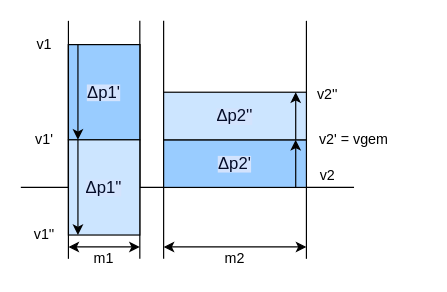
The draw.io diagram Semesterprojekt/Impuls.drawio in Ilimea/physik, before the edit. Source tidied: cells renumbered, new cells numbered last; positions are measured from the earlier drawing's top-left corner, leaving out a move shared by most shapes. Both pictures are drawn from the tidied source at 119%, with x=0, y=0 at pixel (20, 20).
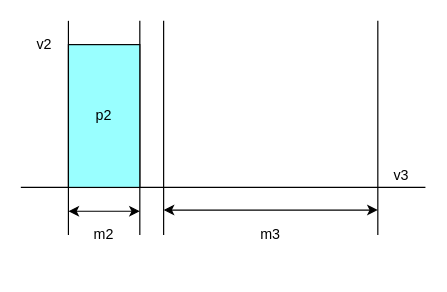
The same page after the edit.

Change to the diagram source:
```diff
@@
     <mxCell id="2" style="endArrow=none;html=1;" parent="1" edge="1">
       <mxGeometry relative="1" as="geometry">
-        <mxPoint x="40" y="200" as="sourcePoint" />
+        <mxPoint x="40" y="180" as="sourcePoint" />
         <mxPoint x="40" as="targetPoint" />
       </mxGeometry>
     </mxCell>
     <mxCell id="3" style="endArrow=none;html=1;" parent="1" edge="1">
       <mxGeometry relative="1" as="geometry">
-        <mxPoint x="100" y="200" as="sourcePoint" />
+        <mxPoint x="100" y="180" as="sourcePoint" />
         <mxPoint x="100" as="targetPoint" />
       </mxGeometry>
     </mxCell>
     <mxCell id="4" style="endArrow=none;html=1;" parent="1" edge="1">
       <mxGeometry relative="1" as="geometry">
-        <mxPoint x="120" y="200" as="sourcePoint" />
+        <mxPoint x="120" y="180" as="sourcePoint" />
         <mxPoint x="120" as="targetPoint" />
       </mxGeometry>
     </mxCell>
     <mxCell id="5" style="endArrow=none;html=1;" parent="1" edge="1">
       <mxGeometry relative="1" as="geometry">
-        <mxPoint x="240" y="200" as="sourcePoint" />
-        <mxPoint x="240" as="targetPoint" />
+        <mxPoint x="300" y="180" as="sourcePoint" />
+        <mxPoint x="300" as="targetPoint" />
       </mxGeometry>
     </mxCell>
     <mxCell id="6" style="endArrow=none;html=1;" parent="1" edge="1">
       <mxGeometry relative="1" as="geometry">
         <mxPoint y="140" as="sourcePoint" />
-        <mxPoint x="280" y="140" as="targetPoint" />
+        <mxPoint x="340" y="140" as="targetPoint" />
       </mxGeometry>
     </mxCell>
     <mxCell id="7" style="endArrow=classic;startArrow=classic;html=1;" parent="1" edge="1">
       <mxGeometry relative="1" as="geometry">
-        <mxPoint x="40" y="190" as="sourcePoint" />
-        <mxPoint x="100" y="190" as="targetPoint" />
+        <mxPoint x="40" y="160" as="sourcePoint" />
+        <mxPoint x="100" y="160" as="targetPoint" />
       </mxGeometry>
     </mxCell>
     <mxCell id="8" style="endArrow=classic;startArrow=classic;html=1;" parent="1" edge="1">
       <mxGeometry relative="1" as="geometry">
-        <mxPoint x="120" y="190" as="sourcePoint" />
-        <mxPoint x="240" y="190" as="targetPoint" />
+        <mxPoint x="120" y="159" as="sourcePoint" />
+        <mxPoint x="300" y="159" as="targetPoint" />
       </mxGeometry>
     </mxCell>
-    <mxCell id="9" value="m1" style="text;html=1;strokeColor=none;fillColor=none;align=center;verticalAlign=middle;whiteSpace=wrap;rounded=0;" parent="1" vertex="1">
-      <mxGeometry x="50" y="190" width="40" height="20" as="geometry" />
+    <mxCell id="9" value="m2" style="text;html=1;strokeColor=none;fillColor=none;align=center;verticalAlign=middle;whiteSpace=wrap;rounded=0;" parent="1" vertex="1">
+      <mxGeometry x="50" y="170" width="40" height="20" as="geometry" />
     </mxCell>
-    <mxCell id="10" value="m2" style="text;html=1;strokeColor=none;fillColor=none;align=center;verticalAlign=middle;whiteSpace=wrap;rounded=0;" parent="1" vertex="1">
-      <mxGeometry x="160" y="190" width="40" height="20" as="geometry" />
+    <mxCell id="10" value="m3" style="text;html=1;strokeColor=none;fillColor=none;align=center;verticalAlign=middle;whiteSpace=wrap;rounded=0;" parent="1" vertex="1">
+      <mxGeometry x="190" y="170" width="40" height="20" as="geometry" />
     </mxCell>
-    <mxCell id="11" style="rounded=0;whiteSpace=wrap;html=1;fillColor=#99FFFF;" parent="1" vertex="1">
+    <mxCell id="11" value="p2" style="rounded=0;whiteSpace=wrap;html=1;fillColor=#99FFFF;" parent="1" vertex="1">
       <mxGeometry x="40" y="20" width="60" height="120" as="geometry" />
     </mxCell>
-    <mxCell id="12" value="v1" style="text;html=1;strokeColor=none;fillColor=none;align=center;verticalAlign=middle;whiteSpace=wrap;rounded=0;" parent="1" vertex="1">
+    <mxCell id="12" value="v2" style="text;html=1;strokeColor=none;fillColor=none;align=center;verticalAlign=middle;whiteSpace=wrap;rounded=0;" parent="1" vertex="1">
       <mxGeometry y="10" width="40" height="20" as="geometry" />
     </mxCell>
-    <mxCell id="13" value="v2" style="text;html=1;strokeColor=none;fillColor=none;align=center;verticalAlign=middle;whiteSpace=wrap;rounded=0;" parent="1" vertex="1">
-      <mxGeometry x="238" y="120" width="40" height="20" as="geometry" />
+    <mxCell id="13" value="v3" style="text;html=1;strokeColor=none;fillColor=none;align=center;verticalAlign=middle;whiteSpace=wrap;rounded=0;" parent="1" vertex="1">
+      <mxGeometry x="300" y="120" width="40" height="20" as="geometry" />
     </mxCell>
-    <mxCell id="14" value="&lt;p&gt;&lt;span style=&quot;background-color: rgb(211 , 227 , 253) ; color: rgb(4 , 12 , 40) ; text-align: left&quot;&gt;&lt;font style=&quot;font-size: 14px&quot;&gt;Δp1'&lt;/font&gt;&lt;/span&gt;&lt;/p&gt;" style="rounded=0;whiteSpace=wrap;html=1;fillColor=#99CCFF;" parent="1" vertex="1">
-      <mxGeometry x="40" y="20" width="60" height="80" as="geometry" />
-    </mxCell>
-    <mxCell id="15" value="&lt;p&gt;&lt;span style=&quot;background-color: rgb(211 , 227 , 253) ; color: rgb(4 , 12 , 40) ; text-align: left&quot;&gt;&lt;font style=&quot;font-size: 14px&quot;&gt;Δp2'&lt;/font&gt;&lt;/span&gt;&lt;/p&gt;" style="rounded=0;whiteSpace=wrap;html=1;fillColor=#99CCFF;" parent="1" vertex="1">
-      <mxGeometry x="120" y="100" width="120" height="40" as="geometry" />
-    </mxCell>
-    <mxCell id="16" value="v1'" style="text;html=1;strokeColor=none;fillColor=none;align=center;verticalAlign=middle;whiteSpace=wrap;rounded=0;" parent="1" vertex="1">
-      <mxGeometry y="90" width="40" height="20" as="geometry" />
-    </mxCell>
-    <mxCell id="17" value="v2' = vgem" style="text;html=1;strokeColor=none;fillColor=none;align=center;verticalAlign=middle;whiteSpace=wrap;rounded=0;" parent="1" vertex="1">
-      <mxGeometry x="240" y="90" width="80" height="20" as="geometry" />
-    </mxCell>
-    <mxCell id="18" style="endArrow=classic;html=1;exitX=0.25;exitY=0;exitDx=0;exitDy=0;entryX=0.25;entryY=1;entryDx=0;entryDy=0;" parent="1" edge="1">
-      <mxGeometry relative="1" as="geometry">
-        <mxPoint x="48" y="20" as="sourcePoint" />
-        <mxPoint x="48" y="100" as="targetPoint" />
-      </mxGeometry>
-    </mxCell>
-    <mxCell id="19" style="endArrow=classic;html=1;exitX=0.75;exitY=1;exitDx=0;exitDy=0;entryX=0.75;entryY=0;entryDx=0;entryDy=0;" parent="1" edge="1">
-      <mxGeometry relative="1" as="geometry">
-        <mxPoint x="231" y="140" as="sourcePoint" />
-        <mxPoint x="231" y="100" as="targetPoint" />
-      </mxGeometry>
-    </mxCell>
-    <mxCell id="20" value="&lt;p&gt;&lt;span style=&quot;background-color: rgb(211 , 227 , 253) ; color: rgb(4 , 12 , 40) ; text-align: left&quot;&gt;&lt;font style=&quot;font-size: 14px&quot;&gt;Δp1''&lt;/font&gt;&lt;/span&gt;&lt;/p&gt;" style="rounded=0;whiteSpace=wrap;html=1;fillColor=#CCE5FF;" parent="1" vertex="1">
-      <mxGeometry x="40" y="100" width="60" height="80" as="geometry" />
-    </mxCell>
-    <mxCell id="21" value="&lt;p&gt;&lt;span style=&quot;background-color: rgb(211 , 227 , 253) ; color: rgb(4 , 12 , 40) ; text-align: left&quot;&gt;&lt;font style=&quot;font-size: 14px&quot;&gt;Δp2''&lt;/font&gt;&lt;/span&gt;&lt;/p&gt;" style="rounded=0;whiteSpace=wrap;html=1;fillColor=#CCE5FF;" parent="1" vertex="1">
-      <mxGeometry x="120" y="60" width="120" height="40" as="geometry" />
-    </mxCell>
-    <mxCell id="22" style="endArrow=classic;html=1;exitX=0.25;exitY=0;exitDx=0;exitDy=0;entryX=0.25;entryY=1;entryDx=0;entryDy=0;" parent="1" edge="1">
-      <mxGeometry relative="1" as="geometry">
-        <mxPoint x="48" y="100" as="sourcePoint" />
-        <mxPoint x="48" y="180" as="targetPoint" />
-      </mxGeometry>
-    </mxCell>
-    <mxCell id="23" style="endArrow=classic;html=1;exitX=0.75;exitY=1;exitDx=0;exitDy=0;entryX=0.75;entryY=0;entryDx=0;entryDy=0;" parent="1" edge="1">
-      <mxGeometry relative="1" as="geometry">
-        <mxPoint x="231" y="100" as="sourcePoint" />
-        <mxPoint x="231" y="60" as="targetPoint" />
-      </mxGeometry>
-    </mxCell>
-    <mxCell id="24" value="v2''" style="text;html=1;strokeColor=none;fillColor=none;align=center;verticalAlign=middle;whiteSpace=wrap;rounded=0;" parent="1" vertex="1">
-      <mxGeometry x="238" y="52" width="40" height="20" as="geometry" />
-    </mxCell>
-    <mxCell id="25" value="v1''" style="text;html=1;strokeColor=none;fillColor=none;align=center;verticalAlign=middle;whiteSpace=wrap;rounded=0;" parent="1" vertex="1">
-      <mxGeometry y="170" width="40" height="20" as="geometry" />
-    </mxCell>
```
